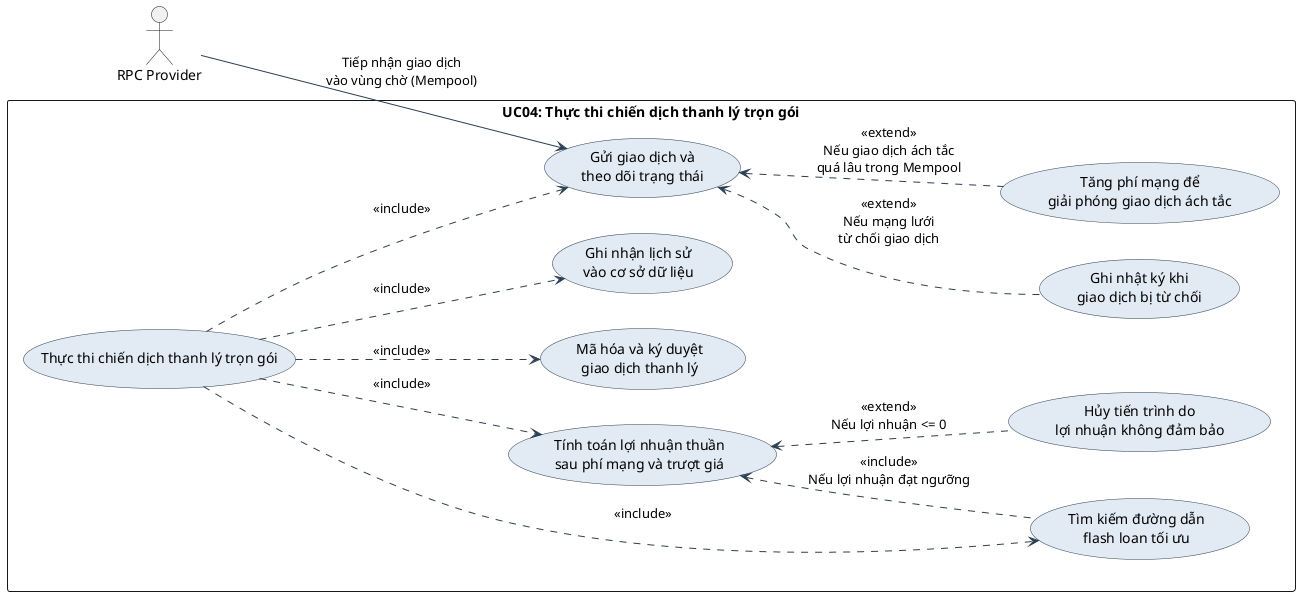
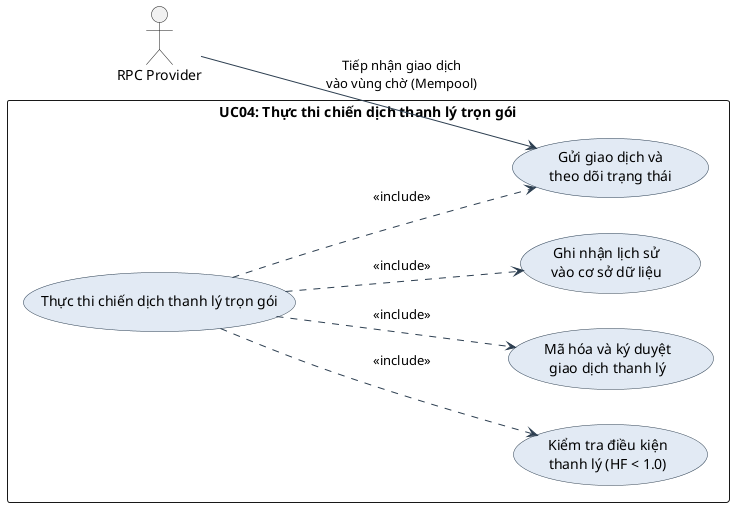
﻿@startuml
skinparam packageStyle rectangle
skinparam backgroundColor #FFFFFF
skinparam usecase {
    BackgroundColor #E2EAF4
    BorderColor #2C3E50
    ArrowColor #2C3E50
    FontName Arial
}

left to right direction

actor "RPC Provider" as RPC

rectangle "UC04: Thực thi chiến dịch thanh lý trọn gói" {

    usecase "Thực thi chiến dịch thanh lý trọn gói" as UC04

-     usecase "Tính toán lợi nhuận thuần\nsau phí mạng và trượt giá" as Sub1
-     usecase "Tìm kiếm đường dẫn\nflash loan tối ưu" as Sub2
+     usecase "Kiểm tra điều kiện\nthanh lý (HF < 1.0)" as Sub1
    usecase "Mã hóa và ký duyệt\ngiao dịch thanh lý" as Sub3
    usecase "Gửi giao dịch và\ntheo dõi trạng thái" as Sub4
    usecase "Ghi nhận lịch sử\nvào cơ sở dữ liệu" as Sub5
- 
-     usecase "Hủy tiến trình do\nlợi nhuận không đảm bảo" as Ext1
-     usecase "Tăng phí mạng để\ngiải phóng giao dịch ách tắc" as Ext2
-     usecase "Ghi nhật ký khi\ngiao dịch bị từ chối" as Ext3
}

RPC --> Sub4 : "Tiếp nhận giao dịch\nvào vùng chờ (Mempool)"

UC04 ..> Sub1 : <<include>>
- UC04 ..> Sub2 : <<include>>
UC04 ..> Sub3 : <<include>>
UC04 ..> Sub4 : <<include>>
UC04 ..> Sub5 : <<include>>

- Ext1 .up.> Sub1 : <<extend>>\nNếu lợi nhuận <= 0
- Sub2 .up.> Sub1 : <<include>>\nNếu lợi nhuận đạt ngưỡng
- Ext2 .up.> Sub4 : <<extend>>\nNếu giao dịch ách tắc\nquá lâu trong Mempool
- Ext3 .up.> Sub4 : <<extend>>\nNếu mạng lưới\ntừ chối giao dịch
- 
@enduml
